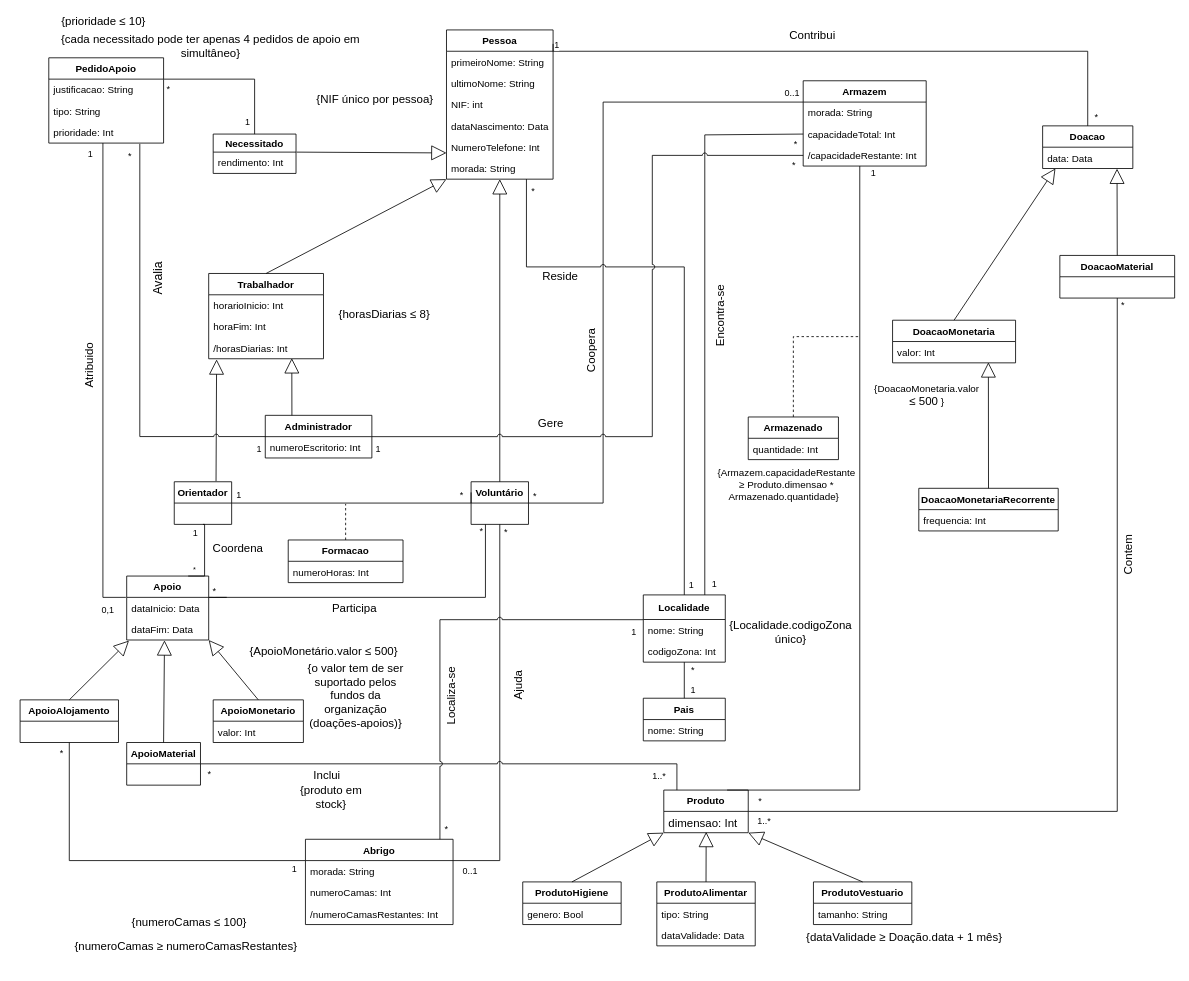
francisco-rente/FEUP-BDAD keeps this draw.io diagram as Delivery_I/diagram.drawio. Above is the earlier version. Source tidied: cells renumbered, new cells numbered last; positions are measured from the earlier drawing's top-left corner, leaving out a move shared by most shapes. Both pictures are drawn from the tidied source at 82%, with x=0, y=0 at pixel (20, 16).
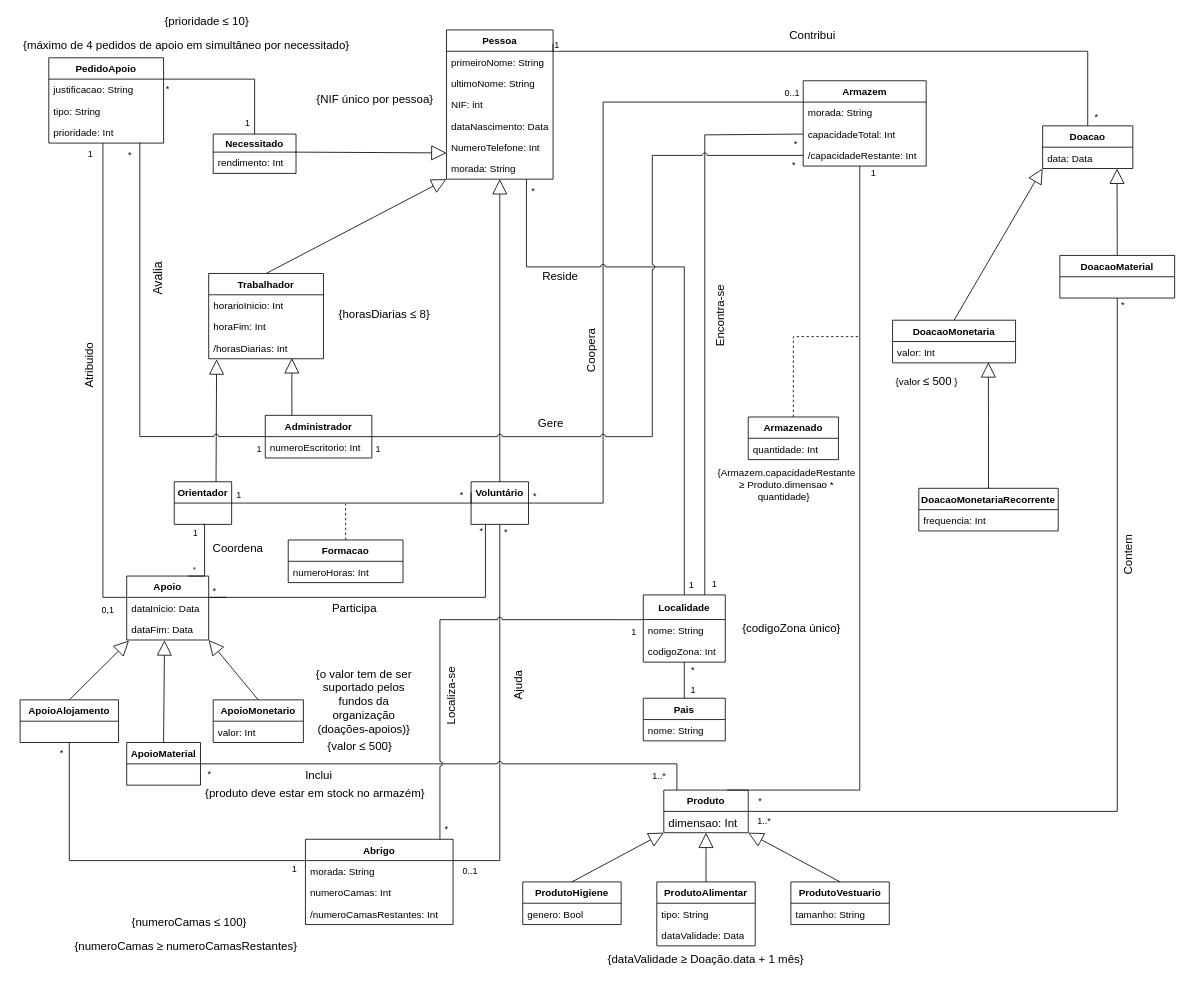
Above is the later version.

Unchanged cells that the change refers to:
```xml
<mxCell id="12" value="/horasDiarias: Int" style="text;strokeColor=none;fillColor=none;align=left;verticalAlign=top;spacingLeft=4;spacingRight=4;overflow=hidden;points=[[0,0.5],[1,0.5]];portConstraint=eastwest;" parent="9" vertex="1">
  <mxGeometry y="78" width="140" height="26" as="geometry" />
</mxCell>
<mxCell id="14" value="Orientador" style="swimlane;fontStyle=1;horizontal=1;startSize=26;fillColor=none;" parent="1" vertex="1">
  <mxGeometry x="188" y="568" width="70" height="52" as="geometry" />
</mxCell>
<mxCell id="29" value="Produto" style="swimlane;fontStyle=1;horizontal=1;startSize=26;fillColor=none;" parent="1" vertex="1">
  <mxGeometry x="785" y="944" width="103" height="52" as="geometry" />
</mxCell>
<mxCell id="30" value="dimensao: Int" style="text;strokeColor=none;fillColor=none;align=left;verticalAlign=top;spacingLeft=4;spacingRight=4;overflow=hidden;points=[[0,0.5],[1,0.5]];portConstraint=eastwest;fontSize=14;" parent="29" vertex="1">
  <mxGeometry y="26" width="103" height="26" as="geometry" />
</mxCell>
<mxCell id="31" value="ProdutoAlimentar" style="swimlane;fontStyle=1;horizontal=1;startSize=26;fillColor=none;" parent="1" vertex="1">
  <mxGeometry x="776.5" y="1056" width="120" height="78" as="geometry" />
</mxCell>
<mxCell id="38" value="Necessitado" style="swimlane;fontStyle=1;horizontal=1;startSize=22;fillColor=none;" parent="1" vertex="1">
  <mxGeometry x="235.5" y="144" width="101" height="48" as="geometry" />
</mxCell>
<mxCell id="39" value="rendimento: Int" style="text;strokeColor=none;fillColor=none;align=left;verticalAlign=top;spacingLeft=4;spacingRight=4;overflow=hidden;points=[[0,0.5],[1,0.5]];portConstraint=eastwest;" parent="38" vertex="1">
  <mxGeometry y="22" width="101" height="26" as="geometry" />
</mxCell>
<mxCell id="41" value="numeroEscritorio: Int" style="text;strokeColor=none;fillColor=none;align=left;verticalAlign=top;spacingLeft=4;spacingRight=4;overflow=hidden;points=[[0,0.5],[1,0.5]];portConstraint=eastwest;" parent="40" vertex="1">
  <mxGeometry y="26" width="130" height="26" as="geometry" />
</mxCell>
<mxCell id="44" value="Doacao" style="swimlane;fontStyle=1;horizontal=1;startSize=26;fillColor=none;" parent="1" vertex="1">
  <mxGeometry x="1247" y="134" width="110" height="52" as="geometry" />
</mxCell>
<mxCell id="45" value="data: Data" style="text;strokeColor=none;fillColor=none;align=left;verticalAlign=top;spacingLeft=4;spacingRight=4;overflow=hidden;points=[[0,0.5],[1,0.5]];portConstraint=eastwest;" parent="44" vertex="1">
  <mxGeometry y="26" width="110" height="26" as="geometry" />
</mxCell>
<mxCell id="47" value="DoacaoMonetaria" style="swimlane;fontStyle=1;horizontal=1;startSize=26;fillColor=none;" parent="1" vertex="1">
  <mxGeometry x="1064" y="371" width="150" height="52" as="geometry" />
</mxCell>
<mxCell id="121" value="PedidoApoio" style="swimlane;fontStyle=1;horizontal=1;startSize=26;fillColor=none;" parent="1" vertex="1">
  <mxGeometry x="35" y="51" width="140" height="104" as="geometry" />
</mxCell>
<mxCell id="122" value="justificacao: String" style="text;strokeColor=none;fillColor=none;align=left;verticalAlign=top;spacingLeft=4;spacingRight=4;overflow=hidden;points=[[0,0.5],[1,0.5]];portConstraint=eastwest;" parent="121" vertex="1">
  <mxGeometry y="26" width="140" height="26" as="geometry" />
</mxCell>
<mxCell id="124" value="prioridade: Int" style="text;strokeColor=none;fillColor=none;align=left;verticalAlign=top;spacingLeft=4;spacingRight=4;overflow=hidden;points=[[0,0.5],[1,0.5]];portConstraint=eastwest;" parent="121" vertex="1">
  <mxGeometry y="78" width="140" height="26" as="geometry" />
</mxCell>
```

What changed in the source:
```diff
@@
     <mxCell id="34" value="ProdutoVestuario" style="swimlane;fontStyle=1;horizontal=1;startSize=26;fillColor=none;" parent="1" vertex="1">
-      <mxGeometry x="967.5" y="1056" width="120" height="52" as="geometry" />
+      <mxGeometry x="940" y="1056" width="120" height="52" as="geometry" />
     </mxCell>
@@
-    <mxCell id="58" style="endArrow=block;endSize=16;endFill=0;html=1;rounded=0;exitX=1.006;exitY=0;exitDx=0;exitDy=0;exitPerimeter=0;jumpStyle=arc;" parent="1" edge="1" source="39">
+    <mxCell id="58" style="endArrow=block;endSize=16;endFill=0;html=1;rounded=0;exitX=0.993;exitY=0;exitDx=0;exitDy=0;exitPerimeter=0;jumpStyle=arc;" parent="1" edge="1" source="39">
       <mxGeometry x="129.5" y="23" as="geometry">
         <mxPoint x="520" y="167" as="targetPoint" />
       </mxGeometry>
     </mxCell>
@@
-    <mxCell id="61" style="endArrow=block;endSize=16;endFill=0;html=1;exitX=0.5;exitY=0;exitDx=0;exitDy=0;rounded=0;entryX=0.502;entryY=0.962;entryDx=0;entryDy=0;entryPerimeter=0;jumpStyle=arc;" parent="1" edge="1" source="31" target="30">
+    <mxCell id="61" style="endArrow=block;endSize=16;endFill=0;html=1;exitX=0.5;exitY=0;exitDx=0;exitDy=0;rounded=0;jumpStyle=arc;entryX=0.5;entryY=1;entryDx=0;entryDy=0;" parent="1" edge="1" source="31" target="29">
       <mxGeometry x="141.5" y="28" as="geometry" />
     </mxCell>
-    <mxCell id="62" style="endArrow=block;endSize=16;endFill=0;html=1;entryX=1;entryY=1;entryDx=0;entryDy=0;exitX=0.5;exitY=0;exitDx=0;exitDy=0;rounded=0;jumpStyle=arc;" parent="1" edge="1" source="34" target="29">
+    <mxCell id="62" style="endArrow=block;endSize=16;endFill=0;html=1;exitX=0.5;exitY=0;exitDx=0;exitDy=0;rounded=0;jumpStyle=arc;entryX=1;entryY=1;entryDx=0;entryDy=0;" parent="1" edge="1" source="34" target="29">
       <mxGeometry x="130" y="26" as="geometry" />
     </mxCell>
@@
-    <mxCell id="67" style="endArrow=block;endSize=16;endFill=0;html=1;entryX=0.142;entryY=0.996;entryDx=0;entryDy=0;entryPerimeter=0;exitX=0.5;exitY=0;exitDx=0;exitDy=0;rounded=0;jumpStyle=arc;" parent="1" edge="1" source="47" target="45">
+    <mxCell id="67" style="endArrow=block;endSize=16;endFill=0;html=1;exitX=0.5;exitY=0;exitDx=0;exitDy=0;rounded=0;jumpStyle=arc;entryX=0;entryY=1;entryDx=0;entryDy=0;" parent="1" edge="1" source="47" target="44">
       <mxGeometry x="130" y="26" as="geometry" />
     </mxCell>
@@
-    <mxCell id="69" style="endArrow=block;endSize=16;endFill=0;html=1;exitX=0.728;exitY=-0.014;exitDx=0;exitDy=0;entryX=0.069;entryY=1.031;entryDx=0;entryDy=0;entryPerimeter=0;exitPerimeter=0;rounded=0;" parent="1" edge="1" source="14" target="12">
+    <mxCell id="69" style="endArrow=block;endSize=16;endFill=0;html=1;exitX=0.728;exitY=-0.006;exitDx=0;exitDy=0;entryX=0.069;entryY=1.031;entryDx=0;entryDy=0;entryPerimeter=0;exitPerimeter=0;rounded=0;" parent="1" edge="1" source="14" target="12">
       <mxGeometry x="130" y="26" as="geometry" />
     </mxCell>
@@
     <mxCell id="98" value="&lt;font style=&quot;font-size: 14px&quot;&gt;{dataValidade ≥ Doação.data + 1 mês}&lt;/font&gt;" style="text;html=1;strokeColor=none;fillColor=none;align=center;verticalAlign=middle;whiteSpace=wrap;rounded=0;" parent="1" vertex="1">
-      <mxGeometry x="932" y="1114" width="293" height="20" as="geometry" />
+      <mxGeometry x="690" y="1140" width="293" height="20" as="geometry" />
     </mxCell>
@@
-    <mxCell id="102" value="{DoacaoMonetaria.valor &lt;font style=&quot;font-size: 14px&quot;&gt;&lt;span class=&quot;box&quot;&gt;≤ 500&lt;/span&gt;&lt;/font&gt; }" style="text;html=1;strokeColor=none;fillColor=none;align=center;verticalAlign=middle;whiteSpace=wrap;rounded=0;" parent="1" vertex="1">
-      <mxGeometry x="1046" y="453" width="120" height="20" as="geometry" />
+    <mxCell id="102" value="{valor &lt;font style=&quot;font-size: 14px&quot;&gt;&lt;span class=&quot;box&quot;&gt;≤ 500&lt;/span&gt;&lt;/font&gt; }" style="text;html=1;strokeColor=none;fillColor=none;align=center;verticalAlign=middle;whiteSpace=wrap;rounded=0;" parent="1" vertex="1">
+      <mxGeometry x="1046" y="436" width="120" height="20" as="geometry" />
     </mxCell>
@@
-    <mxCell id="125" style="endArrow=none;html=1;edgeStyle=orthogonalEdgeStyle;exitX=1.004;exitY=0.001;exitDx=0;exitDy=0;exitPerimeter=0;rounded=0;entryX=0.5;entryY=0;entryDx=0;entryDy=0;jumpStyle=arc;" parent="1" edge="1" source="122" target="38">
+    <mxCell id="125" style="endArrow=none;html=1;edgeStyle=orthogonalEdgeStyle;exitX=1;exitY=0.25;exitDx=0;exitDy=0;rounded=0;entryX=0.5;entryY=0;entryDx=0;entryDy=0;jumpStyle=arc;" parent="1" edge="1" source="121" target="38">
       <mxGeometry relative="1" as="geometry">
         <Array as="points">
           <mxPoint x="286" y="77" />
         </Array>
       </mxGeometry>
     </mxCell>
@@
-    <mxCell id="128" value="{cada necessitado pode ter apenas 4 pedidos de apoio em simultâneo}" style="text;html=1;strokeColor=none;fillColor=none;align=center;verticalAlign=middle;whiteSpace=wrap;rounded=0;fontSize=14;" parent="1" vertex="1">
-      <mxGeometry x="35" y="29" width="395" height="13" as="geometry" />
+    <mxCell id="128" value="{máximo de 4 pedidos de apoio em simultâneo por necessitado}" style="text;html=1;strokeColor=none;fillColor=none;align=center;verticalAlign=middle;whiteSpace=wrap;rounded=0;fontSize=14;" parent="1" vertex="1">
+      <mxGeometry x="-7.5" y="29" width="420" height="13" as="geometry" />
     </mxCell>
     <mxCell id="129" value="&lt;font style=&quot;font-size: 14px&quot;&gt;{prioridade&lt;/font&gt;&lt;font style=&quot;font-size: 14px&quot;&gt;&lt;span class=&quot;box&quot;&gt; ≤ 10&lt;/span&gt;}&lt;/font&gt;" style="text;html=1;strokeColor=none;fillColor=none;align=center;verticalAlign=middle;whiteSpace=wrap;rounded=0;" parent="1" vertex="1">
-      <mxGeometry x="44" width="116" height="13" as="geometry" />
+      <mxGeometry x="170" width="116" height="13" as="geometry" />
     </mxCell>
@@
-    <mxCell id="137" style="endArrow=none;html=1;edgeStyle=orthogonalEdgeStyle;rounded=0;exitX=0.793;exitY=1.038;exitDx=0;exitDy=0;exitPerimeter=0;entryX=0.004;entryY=-0.003;entryDx=0;entryDy=0;entryPerimeter=0;jumpStyle=arc;" parent="1" edge="1" source="124" target="41">
+    <mxCell id="137" style="endArrow=none;html=1;edgeStyle=orthogonalEdgeStyle;rounded=0;exitX=0.793;exitY=0.983;exitDx=0;exitDy=0;exitPerimeter=0;entryX=0.004;entryY=-0.003;entryDx=0;entryDy=0;entryPerimeter=0;jumpStyle=arc;" parent="1" edge="1" source="124" target="41">
       <mxGeometry relative="1" as="geometry">
         <Array as="points">
           <mxPoint x="146" y="513" />
         </Array>
       </mxGeometry>
     </mxCell>
@@
     <mxCell id="153" value="Inclui" style="text;html=1;strokeColor=none;fillColor=none;align=center;verticalAlign=middle;whiteSpace=wrap;rounded=0;fontSize=14;" parent="1" vertex="1">
-      <mxGeometry x="352" y="916" width="45" height="20" as="geometry" />
+      <mxGeometry x="341.5" y="916" width="45" height="20" as="geometry" />
     </mxCell>
@@
-    <mxCell id="156" value="{ApoioMonetário.valor &lt;font style=&quot;font-size: 14px&quot;&gt;&lt;span class=&quot;box&quot;&gt;≤ 500}&lt;/span&gt;&lt;/font&gt;" style="text;html=1;strokeColor=none;fillColor=none;align=center;verticalAlign=middle;whiteSpace=wrap;rounded=0;fontSize=14;" parent="1" vertex="1">
-      <mxGeometry x="277" y="765" width="187" height="20" as="geometry" />
+    <mxCell id="156" value="{valor &lt;font style=&quot;font-size: 14px&quot;&gt;&lt;span class=&quot;box&quot;&gt;≤ 500}&lt;/span&gt;&lt;/font&gt;" style="text;html=1;strokeColor=none;fillColor=none;align=center;verticalAlign=middle;whiteSpace=wrap;rounded=0;fontSize=14;" parent="1" vertex="1">
+      <mxGeometry x="321" y="881" width="187" height="20" as="geometry" />
     </mxCell>
     <mxCell id="157" value="{o valor tem de ser suportado pelos fundos da organização (doações-apoios)}" style="text;html=1;strokeColor=none;fillColor=none;align=center;verticalAlign=middle;whiteSpace=wrap;rounded=0;fontSize=14;" parent="1" vertex="1">
-      <mxGeometry x="348" y="819" width="123" height="20" as="geometry" />
+      <mxGeometry x="358" y="826" width="123" height="20" as="geometry" />
     </mxCell>
-    <mxCell id="158" value="{produto em stock}" style="text;html=1;strokeColor=none;fillColor=none;align=center;verticalAlign=middle;whiteSpace=wrap;rounded=0;fontSize=14;" parent="1" vertex="1">
-      <mxGeometry x="335" y="942" width="89" height="20" as="geometry" />
+    <mxCell id="158" value="{produto deve estar em stock no armazém}" style="text;html=1;strokeColor=none;fillColor=none;align=center;verticalAlign=middle;whiteSpace=wrap;rounded=0;fontSize=14;" parent="1" vertex="1">
+      <mxGeometry x="220" y="938" width="280" height="20" as="geometry" />
     </mxCell>
-    <mxCell id="159" value="{Localidade.codigoZona único}" style="text;html=1;strokeColor=none;fillColor=none;align=center;verticalAlign=middle;whiteSpace=wrap;rounded=0;fontSize=14;" parent="1" vertex="1">
-      <mxGeometry x="920" y="741" width="40" height="20" as="geometry" />
+    <mxCell id="159" value="{codigoZona único}" style="text;html=1;strokeColor=none;fillColor=none;align=center;verticalAlign=middle;whiteSpace=wrap;rounded=0;fontSize=14;" parent="1" vertex="1">
+      <mxGeometry x="860" y="737" width="162" height="20" as="geometry" />
     </mxCell>
-    <mxCell id="160" value="{Armazem.capacidadeRestante &lt;font style=&quot;font-size: 12px&quot;&gt;&lt;font style=&quot;font-size: 12px&quot;&gt;≥ &lt;/font&gt;&lt;/font&gt;Produto.dimensao * Armazenado.quantidade} &amp;nbsp; " style="text;html=1;strokeColor=none;fillColor=none;align=center;verticalAlign=middle;whiteSpace=wrap;rounded=0;fontSize=12;" parent="1" vertex="1">
+    <mxCell id="160" value="{Armazem.capacidadeRestante &lt;font style=&quot;font-size: 12px&quot;&gt;&lt;font style=&quot;font-size: 12px&quot;&gt;≥ &lt;/font&gt;&lt;/font&gt;Produto.dimensao * quantidade} &amp;nbsp; " style="text;html=1;strokeColor=none;fillColor=none;align=center;verticalAlign=middle;whiteSpace=wrap;rounded=0;fontSize=12;" parent="1" vertex="1">
       <mxGeometry x="915" y="562" width="40" height="20" as="geometry" />
     </mxCell>
```
